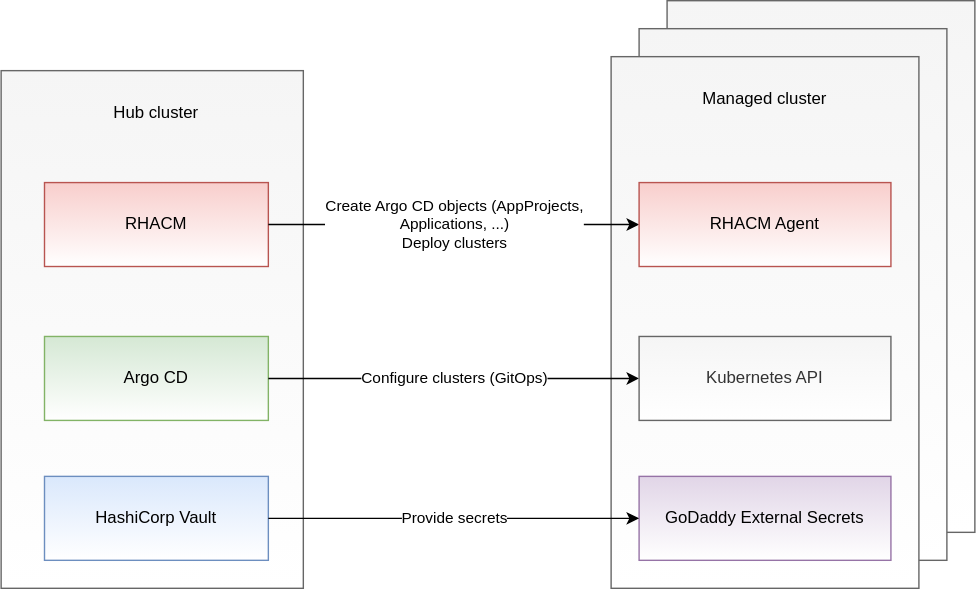
Before: docs/diagrams/multi_cluster_management_1.svg, a diagram exported from draw.io (noseka1/multicluster-management-rhacm-argocd). Source tidied: cells renumbered, new cells last; positions are measured from the earlier drawing's top-left corner, leaving out a move shared by most shapes.
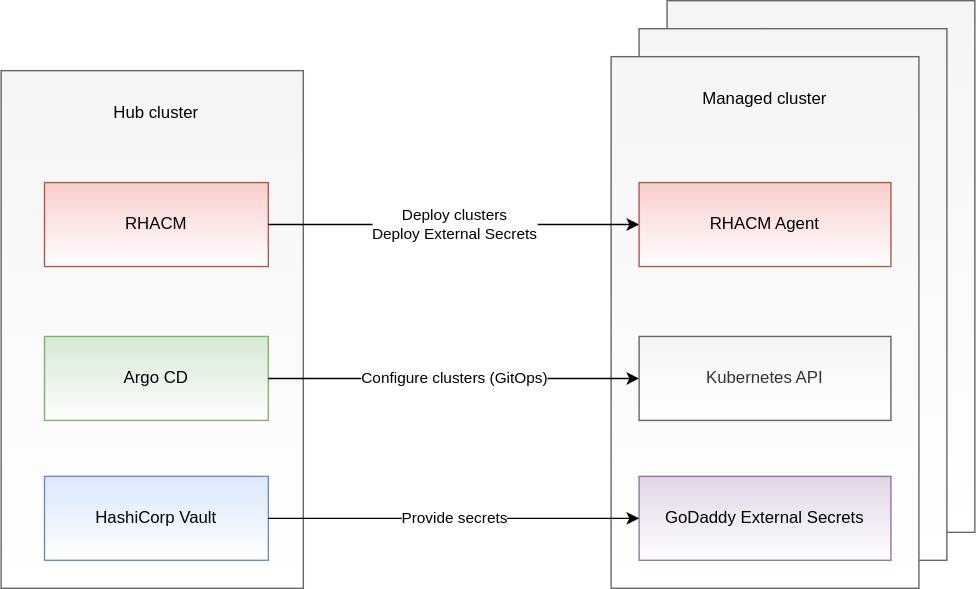
Above is the later version.

Diff of the diagram source:
```diff
@@ -32,7 +32,7 @@
     <mxCell id="11" value="RHACM" style="rounded=0;whiteSpace=wrap;html=1;fillColor=#f8cecc;strokeColor=#b85450;gradientColor=#ffffff;" parent="1" vertex="1">
       <mxGeometry x="31" y="130" width="160" height="60" as="geometry" />
     </mxCell>
-    <mxCell id="12" value="Create Argo CD objects (AppProjects,&lt;br&gt;Applications, ...)&lt;br&gt;Deploy clusters" style="endArrow=classic;html=1;exitX=1;exitY=0.5;exitDx=0;exitDy=0;entryX=0;entryY=0.5;entryDx=0;entryDy=0;" parent="1" edge="1" source="11" target="15">
+    <mxCell id="12" value="&lt;div&gt;Deploy clusters&lt;/div&gt;&lt;div&gt;Deploy External Secrets&lt;br&gt;&lt;/div&gt;" style="endArrow=classic;html=1;exitX=1;exitY=0.5;exitDx=0;exitDy=0;entryX=0;entryY=0.5;entryDx=0;entryDy=0;" parent="1" edge="1" source="11" target="15">
       <mxGeometry relative="1" as="geometry" />
     </mxCell>
     <mxCell id="13" value="Configure clusters (GitOps)&lt;br&gt;" style="endArrow=classic;html=1;exitX=1;exitY=0.5;exitDx=0;exitDy=0;entryX=0;entryY=0.5;entryDx=0;entryDy=0;" parent="1" edge="1" source="6" target="16">
```
